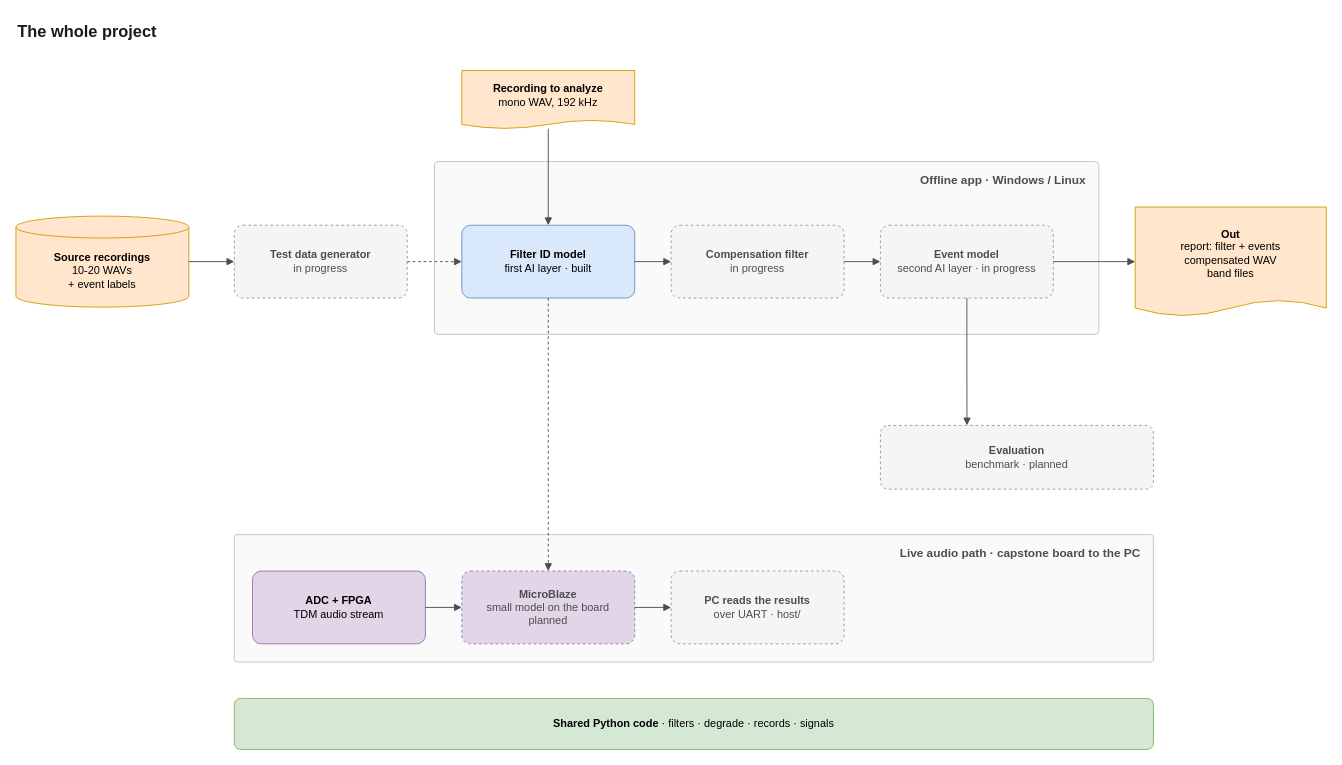
Earlier version of the draw.io diagram page "1 · The whole project" (1 of 7) of docs/project-map/project-map.drawio (Dialovos/fpga-audio-source-classifier). Source tidied: cells renumbered, new cells numbered last; positions are measured from the earlier drawing's top-left corner, leaving out a move shared by most shapes. Both pictures are drawn from the tidied source at 91%, with x=0, y=0 at pixel (15, 15).
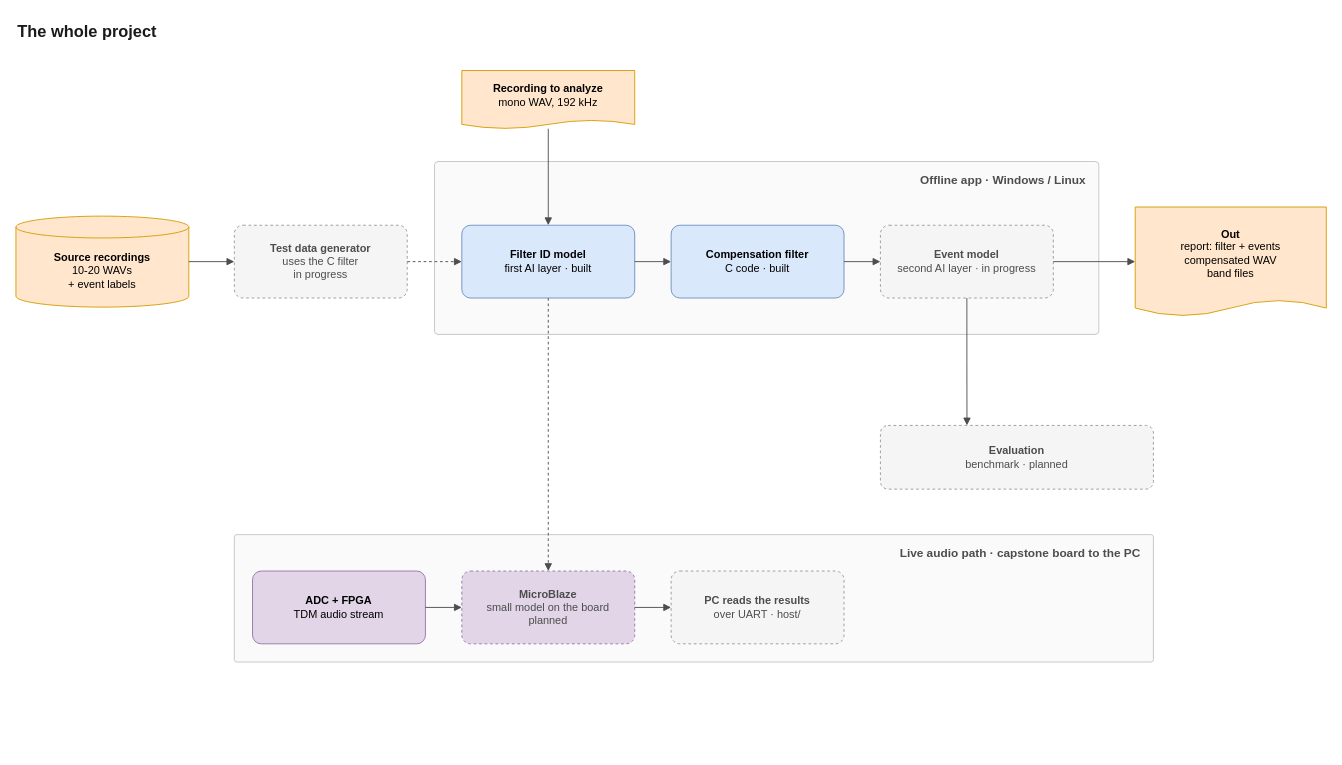
The same diagram, later.

Diff of the diagram source:
```diff
@@
-    <mxCell id="7" value="&lt;b&gt;Test data generator&lt;/b&gt;&lt;br&gt;in progress" style="rounded=1;arcSize=12;whiteSpace=wrap;html=1;fontSize=12;fillColor=#f5f5f5;strokeColor=#999999;dashed=1;fontColor=#4d4d4d;" parent="1" vertex="1">
+    <mxCell id="7" value="&lt;b&gt;Test data generator&lt;/b&gt;&lt;br&gt;uses the C filter&lt;br&gt;in progress" style="rounded=1;arcSize=12;whiteSpace=wrap;html=1;fontSize=12;fillColor=#f5f5f5;strokeColor=#999999;dashed=1;fontColor=#4d4d4d;" parent="1" vertex="1">
       <mxGeometry x="240" y="230" width="190" height="80" as="geometry" />
     </mxCell>
@@
-    <mxCell id="9" value="&lt;b&gt;Compensation filter&lt;/b&gt;&lt;br&gt;in progress" style="rounded=1;arcSize=12;whiteSpace=wrap;html=1;fontSize=12;fillColor=#f5f5f5;strokeColor=#999999;dashed=1;fontColor=#4d4d4d;" parent="1" vertex="1">
+    <mxCell id="9" value="&lt;b&gt;Compensation filter&lt;/b&gt;&lt;br&gt;C code  ·  built" style="rounded=1;arcSize=12;whiteSpace=wrap;html=1;fontSize=12;fillColor=#dae8fc;strokeColor=#6c8ebf;" parent="1" vertex="1">
       <mxGeometry x="720" y="230" width="190" height="80" as="geometry" />
     </mxCell>
@@
-    <mxCell id="16" value="&lt;b&gt;Shared Python code&lt;/b&gt;  ·  filters  ·  degrade  ·  records  ·  signals" style="rounded=1;arcSize=12;whiteSpace=wrap;html=1;fontSize=12;fillColor=#d5e8d4;strokeColor=#82b366;" parent="1" vertex="1">
-      <mxGeometry x="240" y="750" width="1010" height="56" as="geometry" />
-    </mxCell>
```
